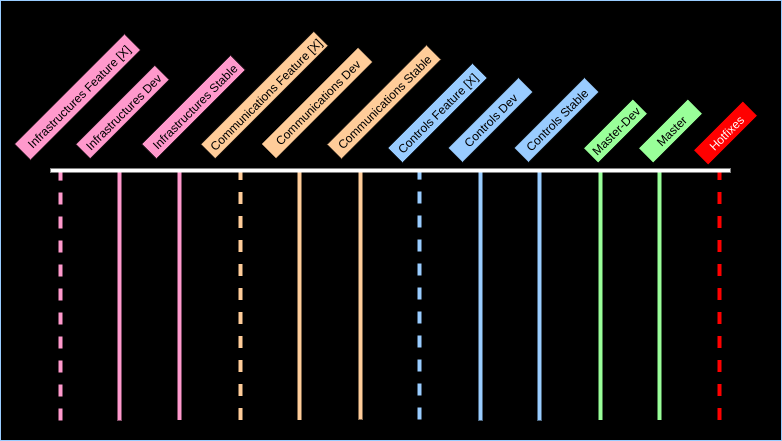
Above: README-resources/branching_schema.png in UTHT/pod1-software-core (draw.io), before the change. Source tidied: cells renumbered, new cells last; positions are measured from the earlier drawing's top-left corner, leaving out a move shared by most shapes.
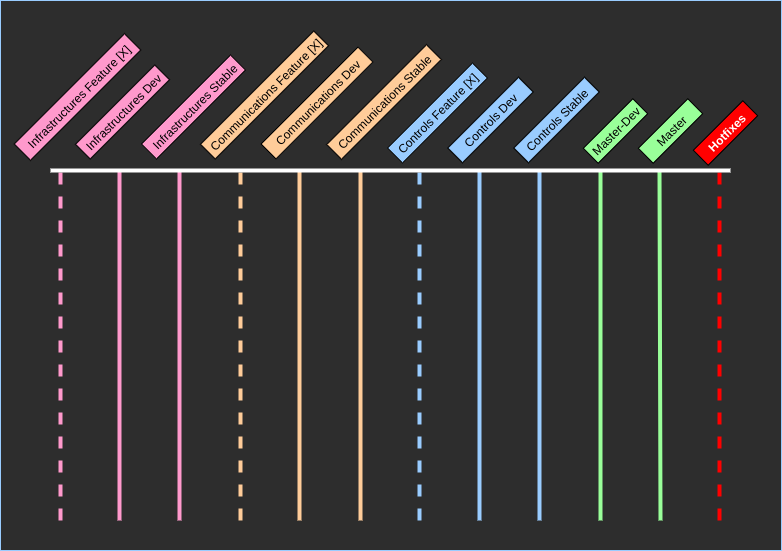
After the commit.

What changed in the source:
```diff
@@ -2,60 +2,60 @@
   <root>
     <mxCell id="0" />
     <mxCell id="1" parent="0" />
-    <mxCell id="2" style="rounded=0;whiteSpace=wrap;html=1;strokeColor=#99CCFF;fillColor=#000000;" parent="1" vertex="1">
-      <mxGeometry x="1" width="781" height="440" as="geometry" />
+    <mxCell id="2" style="rounded=0;whiteSpace=wrap;html=1;strokeColor=#99CCFF;fillColor=#2d2d2d;" parent="1" vertex="1">
+      <mxGeometry x="1" width="781" height="550" as="geometry" />
     </mxCell>
     <mxCell id="3" style="endArrow=none;html=1;strokeWidth=4;dashed=1;strokeColor=#FF0000;" parent="1" edge="1">
       <mxGeometry relative="1" as="geometry">
-        <mxPoint x="720" y="419.5" as="sourcePoint" />
+        <mxPoint x="720" y="520" as="sourcePoint" />
         <mxPoint x="720" y="169.5" as="targetPoint" />
       </mxGeometry>
     </mxCell>
     <mxCell id="4" style="endArrow=none;html=1;strokeWidth=4;strokeColor=#99FF99;" parent="1" edge="1">
       <mxGeometry relative="1" as="geometry">
-        <mxPoint x="660" y="419.5" as="sourcePoint" />
+        <mxPoint x="661" y="520" as="sourcePoint" />
         <mxPoint x="660" y="169.5" as="targetPoint" />
       </mxGeometry>
     </mxCell>
     <mxCell id="5" style="endArrow=none;html=1;strokeWidth=4;strokeColor=#99FF99;" parent="1" edge="1">
       <mxGeometry relative="1" as="geometry">
-        <mxPoint x="601" y="419.5" as="sourcePoint" />
+        <mxPoint x="601" y="520" as="sourcePoint" />
         <mxPoint x="601" y="169.5" as="targetPoint" />
       </mxGeometry>
     </mxCell>
     <mxCell id="6" style="endArrow=none;html=1;strokeWidth=4;strokeColor=#99CCFF;" parent="1" edge="1">
       <mxGeometry relative="1" as="geometry">
-        <mxPoint x="540" y="420" as="sourcePoint" />
+        <mxPoint x="540" y="520" as="sourcePoint" />
         <mxPoint x="540" y="170" as="targetPoint" />
       </mxGeometry>
     </mxCell>
     <mxCell id="7" style="endArrow=none;html=1;strokeWidth=4;strokeColor=#99CCFF;" parent="1" edge="1">
       <mxGeometry relative="1" as="geometry">
-        <mxPoint x="481" y="420" as="sourcePoint" />
-        <mxPoint x="481" y="170" as="targetPoint" />
+        <mxPoint x="480" y="520" as="sourcePoint" />
+        <mxPoint x="480" y="170" as="targetPoint" />
       </mxGeometry>
     </mxCell>
     <mxCell id="8" style="endArrow=none;html=1;strokeWidth=4;dashed=1;strokeColor=#99CCFF;" parent="1" edge="1">
       <mxGeometry relative="1" as="geometry">
-        <mxPoint x="420" y="419" as="sourcePoint" />
+        <mxPoint x="420" y="520" as="sourcePoint" />
         <mxPoint x="420" y="169" as="targetPoint" />
       </mxGeometry>
     </mxCell>
     <mxCell id="9" style="endArrow=none;html=1;strokeWidth=4;strokeColor=#FFCC99;" parent="1" edge="1">
       <mxGeometry relative="1" as="geometry">
-        <mxPoint x="361" y="419" as="sourcePoint" />
+        <mxPoint x="361" y="520" as="sourcePoint" />
         <mxPoint x="361" y="169" as="targetPoint" />
       </mxGeometry>
     </mxCell>
     <mxCell id="10" style="endArrow=none;html=1;strokeWidth=4;strokeColor=#FFCC99;" parent="1" edge="1">
       <mxGeometry relative="1" as="geometry">
-        <mxPoint x="300" y="419.5" as="sourcePoint" />
+        <mxPoint x="300" y="520" as="sourcePoint" />
         <mxPoint x="300" y="169.5" as="targetPoint" />
       </mxGeometry>
     </mxCell>
     <mxCell id="11" style="endArrow=none;html=1;strokeWidth=4;dashed=1;strokeColor=#FFCC99;" parent="1" edge="1">
       <mxGeometry relative="1" as="geometry">
-        <mxPoint x="241" y="419.5" as="sourcePoint" />
+        <mxPoint x="241" y="520" as="sourcePoint" />
         <mxPoint x="241" y="169.5" as="targetPoint" />
       </mxGeometry>
     </mxCell>
@@ -64,19 +64,19 @@
     </mxCell>
     <mxCell id="13" style="endArrow=none;html=1;strokeWidth=4;strokeColor=#FF99CC;" parent="1" edge="1">
       <mxGeometry relative="1" as="geometry">
-        <mxPoint x="180" y="419.5" as="sourcePoint" />
+        <mxPoint x="180" y="520" as="sourcePoint" />
         <mxPoint x="180" y="169.5" as="targetPoint" />
       </mxGeometry>
     </mxCell>
     <mxCell id="14" style="endArrow=none;html=1;strokeWidth=4;strokeColor=#FF99CC;" parent="1" edge="1">
       <mxGeometry relative="1" as="geometry">
-        <mxPoint x="120" y="420" as="sourcePoint" />
+        <mxPoint x="120" y="520" as="sourcePoint" />
         <mxPoint x="120" y="170" as="targetPoint" />
       </mxGeometry>
     </mxCell>
     <mxCell id="15" style="endArrow=none;html=1;strokeWidth=4;dashed=1;strokeColor=#FF99CC;" parent="1" edge="1">
       <mxGeometry relative="1" as="geometry">
-        <mxPoint x="61" y="420" as="sourcePoint" />
+        <mxPoint x="61" y="520" as="sourcePoint" />
         <mxPoint x="61" y="170" as="targetPoint" />
       </mxGeometry>
     </mxCell>
@@ -110,7 +110,7 @@
     <mxCell id="25" value="Infrastructures Feature [X]" style="rounded=0;whiteSpace=wrap;html=1;rotation=-45;fillColor=#FF99CC;" parent="1" vertex="1">
       <mxGeometry y="85" width="156" height="23" as="geometry" />
     </mxCell>
-    <mxCell id="26" value="&lt;font color=&quot;#ffffff&quot;&gt;Hotfixes&lt;/font&gt;" style="rounded=0;whiteSpace=wrap;html=1;rotation=-45;fillColor=#FF0000;" parent="1" vertex="1">
+    <mxCell id="26" value="&lt;font color=&quot;#ffffff&quot;&gt;&lt;b&gt;Hotfixes&lt;/b&gt;&lt;/font&gt;" style="rounded=0;whiteSpace=wrap;html=1;rotation=-45;fillColor=#FF0000;" parent="1" vertex="1">
       <mxGeometry x="691" y="122" width="70" height="21" as="geometry" />
     </mxCell>
     <mxCell id="27" style="endArrow=none;html=1;strokeWidth=4;strokeColor=#FFFFFF;" parent="1" edge="1">
```
